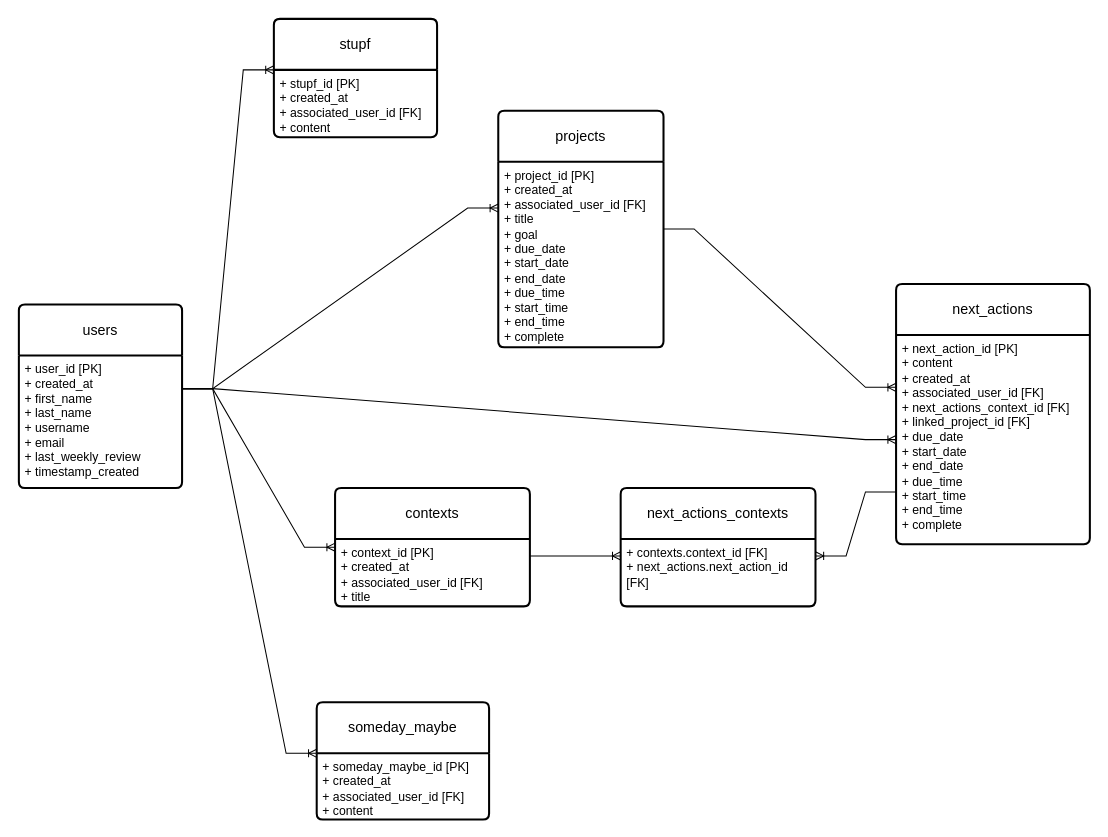
joshrnoll/clearminder keeps this draw.io diagram as api/erd.drawio. Above is the earlier version. Source tidied: cells renumbered, new cells numbered last; positions are measured from the earlier drawing's top-left corner, leaving out a move shared by most shapes. Both pictures are drawn from the tidied source at 102%, with x=0, y=0 at pixel (18, 18).
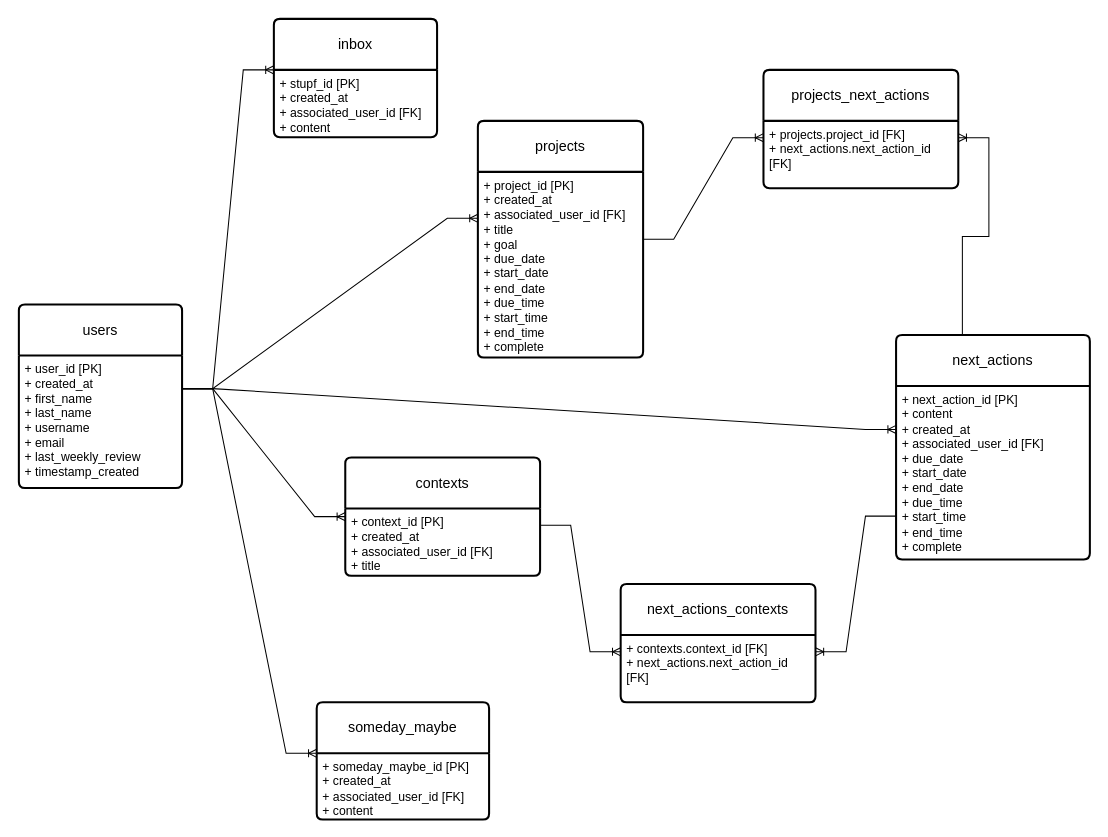
The same diagram, later.

The change refers to these unchanged cells:
```xml
<mxCell id="3" value="+ user_id [PK]&lt;div&gt;+ created_at&lt;br&gt;&lt;div&gt;+ first_name&lt;div&gt;+ last_name&lt;/div&gt;&lt;div&gt;+ username&lt;/div&gt;&lt;div&gt;+ email&lt;/div&gt;&lt;div&gt;&lt;span style=&quot;background-color: transparent; color: light-dark(rgb(0, 0, 0), rgb(255, 255, 255));&quot;&gt;+ last_weekly_review&amp;nbsp;&lt;/span&gt;&lt;/div&gt;&lt;div&gt;&lt;span style=&quot;background-color: transparent; color: light-dark(rgb(0, 0, 0), rgb(255, 255, 255));&quot;&gt;+ timestamp_created&lt;/span&gt;&lt;/div&gt;&lt;div&gt;&lt;br&gt;&lt;/div&gt;&lt;/div&gt;&lt;/div&gt;" style="align=left;strokeColor=none;fillColor=none;spacingLeft=4;spacingRight=4;fontSize=12;verticalAlign=top;html=1;whiteSpace=wrap;" parent="2" vertex="1">
  <mxGeometry y="50" width="160" height="130" as="geometry" />
</mxCell>
<mxCell id="22" value="+ contexts.context_id [FK]&lt;div&gt;+ next_actions.next_action_id [FK]&lt;/div&gt;" style="align=left;strokeColor=none;fillColor=none;spacingLeft=4;spacingRight=4;fontSize=12;verticalAlign=top;html=1;whiteSpace=wrap;" parent="21" vertex="1">
  <mxGeometry y="50" width="191" height="66" as="geometry" />
</mxCell>
```

The edit, as a diff of the source:
```diff
@@
     <mxCell id="4" value="next_actions" style="swimlane;horizontal=1;startSize=50;rounded=1;fontSize=14;fontStyle=0;strokeWidth=2;shadow=0;dashed=0;align=center;arcSize=4;whiteSpace=wrap;html=1;" parent="1" vertex="1">
-      <mxGeometry x="860" y="260" width="190" height="255" as="geometry" />
+      <mxGeometry x="860" y="310" width="190" height="220" as="geometry" />
     </mxCell>
-    <mxCell id="5" value="+ next_action_id [PK]&lt;div&gt;+ content&lt;br&gt;&lt;div&gt;+ created_at&lt;br&gt;&lt;div&gt;+ associated_user_id [FK]&lt;br&gt;&lt;div&gt;+ next_actions_context_id [FK]&lt;/div&gt;&lt;div&gt;+ linked_project_id [FK]&lt;/div&gt;&lt;div&gt;&lt;div&gt;+ due_date&lt;/div&gt;&lt;div&gt;+ start_date&lt;/div&gt;&lt;div&gt;+ end_date&lt;/div&gt;&lt;div&gt;&lt;span style=&quot;background-color: transparent; color: light-dark(rgb(0, 0, 0), rgb(255, 255, 255));&quot;&gt;+ due_time&lt;/span&gt;&lt;/div&gt;&lt;div&gt;+ start_time&lt;/div&gt;&lt;div&gt;+ end_time&lt;/div&gt;&lt;/div&gt;&lt;div&gt;+ complete&lt;/div&gt;&lt;div&gt;&lt;br&gt;&lt;/div&gt;&lt;/div&gt;&lt;/div&gt;&lt;/div&gt;" style="align=left;strokeColor=none;fillColor=none;spacingLeft=4;spacingRight=4;fontSize=12;verticalAlign=top;html=1;whiteSpace=wrap;" parent="4" vertex="1">
-      <mxGeometry y="50" width="190" height="205" as="geometry" />
-    </mxCell>
+    <mxCell id="24" value="+ next_action_id [PK]&lt;div&gt;+ content&lt;br&gt;&lt;div&gt;+ created_at&lt;br&gt;&lt;div&gt;+ associated_user_id [FK]&lt;div&gt;&lt;div&gt;+ due_date&lt;/div&gt;&lt;div&gt;+ start_date&lt;/div&gt;&lt;div&gt;+ end_date&lt;/div&gt;&lt;div&gt;&lt;span style=&quot;background-color: transparent; color: light-dark(rgb(0, 0, 0), rgb(255, 255, 255));&quot;&gt;+ due_time&lt;/span&gt;&lt;/div&gt;&lt;div&gt;+ start_time&lt;/div&gt;&lt;div&gt;+ end_time&lt;/div&gt;&lt;/div&gt;&lt;div&gt;+ complete&lt;/div&gt;&lt;/div&gt;&lt;/div&gt;&lt;/div&gt;" style="align=left;strokeColor=none;fillColor=none;spacingLeft=4;spacingRight=4;fontSize=12;verticalAlign=top;html=1;whiteSpace=wrap;" parent="4" vertex="1">
+      <mxGeometry y="50" width="190" height="170" as="geometry" />
+    </mxCell>
     <mxCell id="6" value="projects" style="swimlane;horizontal=1;startSize=50;rounded=1;fontSize=14;fontStyle=0;strokeWidth=2;shadow=0;dashed=0;align=center;arcSize=4;whiteSpace=wrap;html=1;" parent="1" vertex="1">
-      <mxGeometry x="470" y="90" width="162" height="232" as="geometry" />
+      <mxGeometry x="450" y="100" width="162" height="232" as="geometry" />
     </mxCell>
@@
     <mxCell id="10" value="contexts" style="swimlane;horizontal=1;startSize=50;rounded=1;fontSize=14;fontStyle=0;strokeWidth=2;shadow=0;dashed=0;align=center;arcSize=4;whiteSpace=wrap;html=1;" parent="1" vertex="1">
-      <mxGeometry x="310" y="460" width="191" height="116" as="geometry" />
+      <mxGeometry x="320" y="430" width="191" height="116" as="geometry" />
     </mxCell>
@@
-    <mxCell id="12" value="stupf" style="swimlane;horizontal=1;startSize=50;rounded=1;fontSize=14;fontStyle=0;strokeWidth=2;shadow=0;dashed=0;align=center;arcSize=4;whiteSpace=wrap;html=1;" parent="1" vertex="1">
-      <mxGeometry x="250" width="160" height="116" as="geometry" />
-    </mxCell>
+    <mxCell id="25" value="inbox" style="swimlane;horizontal=1;startSize=50;rounded=1;fontSize=14;fontStyle=0;strokeWidth=2;shadow=0;dashed=0;align=center;arcSize=4;whiteSpace=wrap;html=1;" parent="1" vertex="1">
+      <mxGeometry x="250" width="160" height="116" as="geometry" />
+    </mxCell>
-    <mxCell id="13" value="+ stupf_id [PK]&lt;div&gt;+ created_at&lt;br&gt;&lt;div&gt;+ associated_user_id [FK]&lt;br&gt;&lt;/div&gt;&lt;div&gt;+ content&lt;/div&gt;&lt;/div&gt;" style="align=left;strokeColor=none;fillColor=none;spacingLeft=4;spacingRight=4;fontSize=12;verticalAlign=top;html=1;whiteSpace=wrap;" parent="12" vertex="1">
+    <mxCell id="13" value="+ stupf_id [PK]&lt;div&gt;+ created_at&lt;br&gt;&lt;div&gt;+ associated_user_id [FK]&lt;br&gt;&lt;/div&gt;&lt;div&gt;+ content&lt;/div&gt;&lt;/div&gt;" style="align=left;strokeColor=none;fillColor=none;spacingLeft=4;spacingRight=4;fontSize=12;verticalAlign=top;html=1;whiteSpace=wrap;" parent="25" vertex="1">
       <mxGeometry y="50" width="160" height="66" as="geometry" />
     </mxCell>
-    <mxCell id="14" style="edgeStyle=entityRelationEdgeStyle;fontSize=12;html=1;endArrow=ERoneToMany;rounded=0;exitX=1;exitY=0.5;exitDx=0;exitDy=0;entryX=0;entryY=0.25;entryDx=0;entryDy=0;" parent="1" edge="1" source="6" target="5">
-      <mxGeometry relative="1" as="geometry">
-        <Array as="points">
-          <mxPoint x="694" y="211" />
-          <mxPoint x="626" y="172" />
-          <mxPoint x="581" y="168" />
-          <mxPoint x="675" y="97" />
-        </Array>
-      </mxGeometry>
-    </mxCell>
+    <mxCell id="26" style="edgeStyle=entityRelationEdgeStyle;fontSize=12;html=1;endArrow=ERoneToMany;rounded=0;exitX=1;exitY=0.5;exitDx=0;exitDy=0;entryX=0;entryY=0.25;entryDx=0;entryDy=0;" parent="1" edge="1" source="6" target="30">
+      <mxGeometry relative="1" as="geometry">
+        <Array as="points">
+          <mxPoint x="694" y="211" />
+          <mxPoint x="626" y="172" />
+          <mxPoint x="581" y="168" />
+          <mxPoint x="675" y="97" />
+        </Array>
+      </mxGeometry>
+    </mxCell>
@@
-    <mxCell id="17" style="edgeStyle=entityRelationEdgeStyle;fontSize=12;html=1;endArrow=ERoneToMany;rounded=0;exitX=1;exitY=0.25;exitDx=0;exitDy=0;entryX=0;entryY=0.5;entryDx=0;entryDy=0;" parent="1" edge="1" source="3" target="5">
-      <mxGeometry relative="1" as="geometry">
-        <Array as="points">
-          <mxPoint x="503" y="522" />
-          <mxPoint x="435" y="483" />
-          <mxPoint x="390" y="479" />
-          <mxPoint x="484" y="408" />
-        </Array>
-      </mxGeometry>
-    </mxCell>
+    <mxCell id="27" style="edgeStyle=entityRelationEdgeStyle;fontSize=12;html=1;endArrow=ERoneToMany;rounded=0;exitX=1;exitY=0.25;exitDx=0;exitDy=0;entryX=0;entryY=0.25;entryDx=0;entryDy=0;" parent="1" edge="1" source="3" target="24">
+      <mxGeometry relative="1" as="geometry">
+        <Array as="points">
+          <mxPoint x="503" y="522" />
+          <mxPoint x="435" y="483" />
+          <mxPoint x="390" y="479" />
+          <mxPoint x="484" y="408" />
+        </Array>
+      </mxGeometry>
+    </mxCell>
@@
-    <mxCell id="20" style="edgeStyle=entityRelationEdgeStyle;fontSize=12;html=1;endArrow=ERoneToMany;rounded=0;exitX=0;exitY=0.75;exitDx=0;exitDy=0;entryX=1;entryY=0.25;entryDx=0;entryDy=0;" parent="1" edge="1" source="5" target="22">
-      <mxGeometry relative="1" as="geometry" />
-    </mxCell>
+    <mxCell id="28" style="edgeStyle=entityRelationEdgeStyle;fontSize=12;html=1;endArrow=ERoneToMany;rounded=0;exitX=0;exitY=0.75;exitDx=0;exitDy=0;entryX=1;entryY=0.25;entryDx=0;entryDy=0;" parent="1" edge="1" source="24" target="22">
+      <mxGeometry relative="1" as="geometry" />
+    </mxCell>
     <mxCell id="21" value="next_actions_contexts" style="swimlane;horizontal=1;startSize=50;rounded=1;fontSize=14;fontStyle=0;strokeWidth=2;shadow=0;dashed=0;align=center;arcSize=4;whiteSpace=wrap;html=1;" parent="1" vertex="1">
-      <mxGeometry x="590" y="460" width="191" height="116" as="geometry" />
+      <mxGeometry x="590" y="554" width="191" height="116" as="geometry" />
     </mxCell>
@@
+    <mxCell id="29" value="projects_next_actions" style="swimlane;horizontal=1;startSize=50;rounded=1;fontSize=14;fontStyle=0;strokeWidth=2;shadow=0;dashed=0;align=center;arcSize=4;whiteSpace=wrap;html=1;" parent="1" vertex="1">
+      <mxGeometry x="730" y="50" width="191" height="116" as="geometry" />
+    </mxCell>
+    <mxCell id="30" value="+ projects.project_id [FK]&lt;div&gt;+ next_actions.next_action_id [FK]&lt;/div&gt;" style="align=left;strokeColor=none;fillColor=none;spacingLeft=4;spacingRight=4;fontSize=12;verticalAlign=top;html=1;whiteSpace=wrap;" parent="29" vertex="1">
+      <mxGeometry y="50" width="191" height="66" as="geometry" />
+    </mxCell>
+    <mxCell id="31" style="edgeStyle=entityRelationEdgeStyle;fontSize=12;html=1;endArrow=ERoneToMany;rounded=0;exitX=0.5;exitY=0;exitDx=0;exitDy=0;entryX=1;entryY=0.25;entryDx=0;entryDy=0;" parent="1" edge="1" source="4" target="30">
+      <mxGeometry relative="1" as="geometry">
+        <Array as="points">
+          <mxPoint x="950" y="210" />
+          <mxPoint x="960" y="180" />
+          <mxPoint x="823" y="294" />
+          <mxPoint x="755" y="255" />
+          <mxPoint x="710" y="251" />
+          <mxPoint x="804" y="180" />
+        </Array>
+      </mxGeometry>
+    </mxCell>
```
